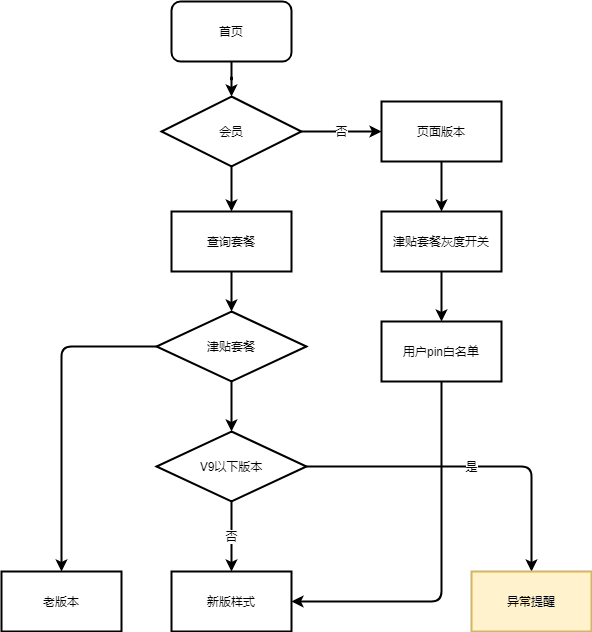
Above: 首页灰度.png in 845642761/diagram (draw.io), before the change. Source tidied: cells renumbered, new cells last; positions are measured from the earlier drawing's top-left corner, leaving out a move shared by most shapes.
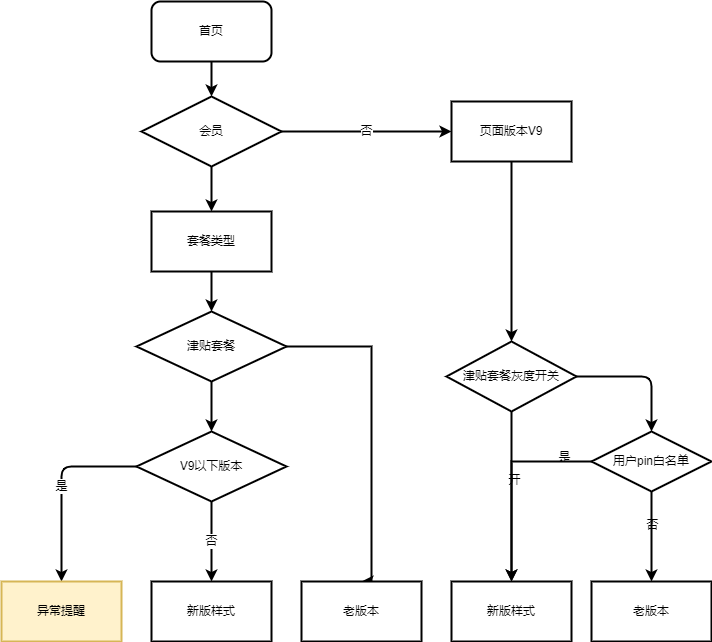
After the change.

Commit message:
更新首页灰度.png

Change to the diagram source:
```diff
@@ -6,7 +6,7 @@
       <mxGeometry relative="1" as="geometry" />
     </mxCell>
     <mxCell id="3" value="首页" style="rounded=1;whiteSpace=wrap;html=1;sketch=0;strokeWidth=2;" parent="1" vertex="1">
-      <mxGeometry x="170" width="120" height="60" as="geometry" />
+      <mxGeometry x="130" width="120" height="60" as="geometry" />
     </mxCell>
     <mxCell id="4" style="edgeStyle=orthogonalEdgeStyle;curved=0;rounded=1;sketch=0;jettySize=auto;html=1;strokeWidth=2;" parent="1" edge="1" source="6" target="8">
       <mxGeometry relative="1" as="geometry" />
@@ -15,46 +15,62 @@
       <mxGeometry relative="1" as="geometry" />
     </mxCell>
     <mxCell id="6" value="会员" style="rhombus;whiteSpace=wrap;html=1;rounded=0;sketch=0;strokeWidth=2;" parent="1" vertex="1">
-      <mxGeometry x="160" y="95" width="140" height="70" as="geometry" />
+      <mxGeometry x="120" y="95" width="140" height="70" as="geometry" />
     </mxCell>
     <mxCell id="7" style="edgeStyle=orthogonalEdgeStyle;curved=0;rounded=1;sketch=0;jettySize=auto;html=1;strokeWidth=2;" parent="1" edge="1" source="8" target="11">
       <mxGeometry relative="1" as="geometry" />
     </mxCell>
-    <mxCell id="8" value="查询套餐" style="whiteSpace=wrap;html=1;rounded=0;sketch=0;strokeWidth=2;" parent="1" vertex="1">
-      <mxGeometry x="170" y="210" width="120" height="60" as="geometry" />
+    <mxCell id="8" value="套餐类型" style="whiteSpace=wrap;html=1;rounded=0;sketch=0;strokeWidth=2;" parent="1" vertex="1">
+      <mxGeometry x="130" y="210" width="120" height="60" as="geometry" />
     </mxCell>
+    <mxCell id="10" style="edgeStyle=orthogonalEdgeStyle;curved=0;rounded=1;sketch=0;jettySize=auto;html=1;strokeWidth=2;" parent="1" edge="1" source="11" target="22">
+      <mxGeometry relative="1" as="geometry" />
+    </mxCell>
-    <mxCell id="9" style="edgeStyle=orthogonalEdgeStyle;curved=0;rounded=1;sketch=0;jettySize=auto;html=1;strokeWidth=2;" parent="1" edge="1" source="11" target="18">
-      <mxGeometry relative="1" as="geometry" />
+    <mxCell id="9" style="edgeStyle=orthogonalEdgeStyle;rounded=0;jettySize=auto;html=1;entryX=0.5;entryY=0;entryDx=0;entryDy=0;strokeWidth=2;" parent="1" edge="1" source="11" target="18">
+      <mxGeometry relative="1" as="geometry">
+        <Array as="points">
+          <mxPoint x="350" y="345" />
+        </Array>
+      </mxGeometry>
     </mxCell>
-    <mxCell id="10" style="edgeStyle=orthogonalEdgeStyle;curved=0;rounded=1;sketch=0;jettySize=auto;html=1;strokeWidth=2;" parent="1" edge="1" source="11" target="22">
-      <mxGeometry relative="1" as="geometry" />
-    </mxCell>
     <mxCell id="11" value="津贴套餐" style="rhombus;whiteSpace=wrap;html=1;rounded=0;sketch=0;strokeWidth=2;" parent="1" vertex="1">
-      <mxGeometry x="155" y="310" width="150" height="70" as="geometry" />
+      <mxGeometry x="115" y="310" width="150" height="70" as="geometry" />
     </mxCell>
     <mxCell id="12" style="edgeStyle=orthogonalEdgeStyle;curved=0;rounded=1;sketch=0;jettySize=auto;html=1;strokeWidth=2;" parent="1" edge="1" source="13" target="15">
       <mxGeometry relative="1" as="geometry" />
     </mxCell>
+    <mxCell id="24" style="edgeStyle=orthogonalEdgeStyle;rounded=0;jettySize=auto;html=1;strokeWidth=2;" parent="1" edge="1" source="13" target="30">
+      <mxGeometry relative="1" as="geometry" />
+    </mxCell>
-    <mxCell id="13" value="津贴套餐灰度开关" style="whiteSpace=wrap;html=1;rounded=0;sketch=0;strokeWidth=2;" parent="1" vertex="1">
-      <mxGeometry x="380" y="210" width="120" height="60" as="geometry" />
+    <mxCell id="13" value="津贴套餐灰度开关" style="rhombus;whiteSpace=wrap;html=1;fontFamily=Helvetica;fontSize=12;fontColor=default;align=center;strokeColor=default;strokeWidth=2;fillColor=default;sketch=0;" parent="1" vertex="1">
+      <mxGeometry x="425" y="340" width="130" height="70" as="geometry" />
     </mxCell>
-    <mxCell id="14" style="edgeStyle=orthogonalEdgeStyle;curved=0;rounded=1;sketch=0;jettySize=auto;html=1;entryX=1;entryY=0.5;entryDx=0;entryDy=0;exitX=0.5;exitY=1;exitDx=0;exitDy=0;strokeWidth=2;" parent="1" edge="1" source="15" target="19">
-      <mxGeometry relative="1" as="geometry" />
-    </mxCell>
+    <mxCell id="25" style="edgeStyle=orthogonalEdgeStyle;rounded=0;jettySize=auto;html=1;entryX=0.5;entryY=0;entryDx=0;entryDy=0;strokeWidth=2;" parent="1" edge="1" source="15" target="30">
+      <mxGeometry relative="1" as="geometry" />
+    </mxCell>
+    <mxCell id="26" value="是" style="edgeLabel;html=1;align=center;verticalAlign=middle;labelBackgroundColor=none;" parent="25" vertex="1">
+      <mxGeometry x="-0.72" y="-5" relative="1" as="geometry" />
+    </mxCell>
+    <mxCell id="27" value="开" style="edgeLabel;html=1;align=center;verticalAlign=middle;labelBackgroundColor=none;" parent="25" vertex="1">
+      <mxGeometry x="-0.02" y="2" relative="1" as="geometry" />
+    </mxCell>
+    <mxCell id="28" style="edgeStyle=orthogonalEdgeStyle;rounded=0;jettySize=auto;html=1;strokeWidth=2;" parent="1" edge="1" source="15" target="31">
+      <mxGeometry relative="1" as="geometry" />
+    </mxCell>
+    <mxCell id="29" value="否" style="edgeLabel;html=1;align=center;verticalAlign=middle;labelBackgroundColor=none;" parent="28" vertex="1">
+      <mxGeometry x="-0.27" relative="1" as="geometry" />
+    </mxCell>
-    <mxCell id="15" value="用户pin白名单" style="whiteSpace=wrap;html=1;rounded=0;sketch=0;strokeWidth=2;" parent="1" vertex="1">
-      <mxGeometry x="380" y="320" width="120" height="60" as="geometry" />
+    <mxCell id="15" value="用户pin白名单" style="rhombus;whiteSpace=wrap;html=1;fontFamily=Helvetica;fontSize=12;fontColor=default;align=center;strokeColor=default;strokeWidth=2;fillColor=default;sketch=0;" parent="1" vertex="1">
+      <mxGeometry x="570" y="430" width="120" height="60" as="geometry" />
     </mxCell>
     <mxCell id="16" style="edgeStyle=orthogonalEdgeStyle;curved=0;rounded=1;sketch=0;jettySize=auto;html=1;strokeWidth=2;" parent="1" edge="1" source="17" target="13">
       <mxGeometry relative="1" as="geometry" />
     </mxCell>
-    <mxCell id="17" value="页面版本" style="whiteSpace=wrap;html=1;rounded=0;sketch=0;strokeWidth=2;" parent="1" vertex="1">
-      <mxGeometry x="380" y="100" width="120" height="60" as="geometry" />
+    <mxCell id="17" value="页面版本V9" style="whiteSpace=wrap;html=1;rounded=0;sketch=0;strokeWidth=2;" parent="1" vertex="1">
+      <mxGeometry x="430" y="100" width="120" height="60" as="geometry" />
     </mxCell>
-    <mxCell id="18" value="老版本" style="whiteSpace=wrap;html=1;rounded=0;sketch=0;strokeWidth=2;" parent="1" vertex="1">
-      <mxGeometry y="570" width="120" height="60" as="geometry" />
-    </mxCell>
     <mxCell id="19" value="新版样式" style="whiteSpace=wrap;html=1;rounded=0;sketch=0;strokeWidth=2;" parent="1" vertex="1">
-      <mxGeometry x="170" y="570" width="120" height="60" as="geometry" />
+      <mxGeometry x="130" y="580" width="120" height="60" as="geometry" />
     </mxCell>
     <mxCell id="20" value="否" style="edgeStyle=orthogonalEdgeStyle;curved=0;rounded=1;sketch=0;jettySize=auto;html=1;entryX=0.5;entryY=0;entryDx=0;entryDy=0;strokeWidth=2;" parent="1" edge="1" source="22" target="19">
       <mxGeometry relative="1" as="geometry" />
@@ -63,10 +79,19 @@
       <mxGeometry relative="1" as="geometry" />
     </mxCell>
     <mxCell id="22" value="V9以下版本" style="rhombus;whiteSpace=wrap;html=1;rounded=0;sketch=0;strokeWidth=2;" parent="1" vertex="1">
-      <mxGeometry x="155" y="430" width="150" height="70" as="geometry" />
+      <mxGeometry x="115" y="430" width="150" height="70" as="geometry" />
     </mxCell>
     <mxCell id="23" value="异常提醒" style="whiteSpace=wrap;html=1;rounded=0;sketch=0;strokeWidth=2;fillColor=#fff2cc;strokeColor=#d6b656;" parent="1" vertex="1">
-      <mxGeometry x="470" y="570" width="120" height="60" as="geometry" />
+      <mxGeometry x="-20" y="580" width="120" height="60" as="geometry" />
     </mxCell>
+    <mxCell id="18" value="老版本" style="whiteSpace=wrap;html=1;rounded=0;sketch=0;strokeWidth=2;" parent="1" vertex="1">
+      <mxGeometry x="280" y="580" width="120" height="60" as="geometry" />
+    </mxCell>
+    <mxCell id="30" value="新版样式" style="whiteSpace=wrap;html=1;rounded=0;sketch=0;strokeWidth=2;" parent="1" vertex="1">
+      <mxGeometry x="430" y="580" width="120" height="60" as="geometry" />
+    </mxCell>
+    <mxCell id="31" value="老版本" style="whiteSpace=wrap;html=1;rounded=0;sketch=0;strokeWidth=2;" parent="1" vertex="1">
+      <mxGeometry x="570" y="580" width="120" height="60" as="geometry" />
+    </mxCell>
   </root>
 </mxGraphModel>
```
